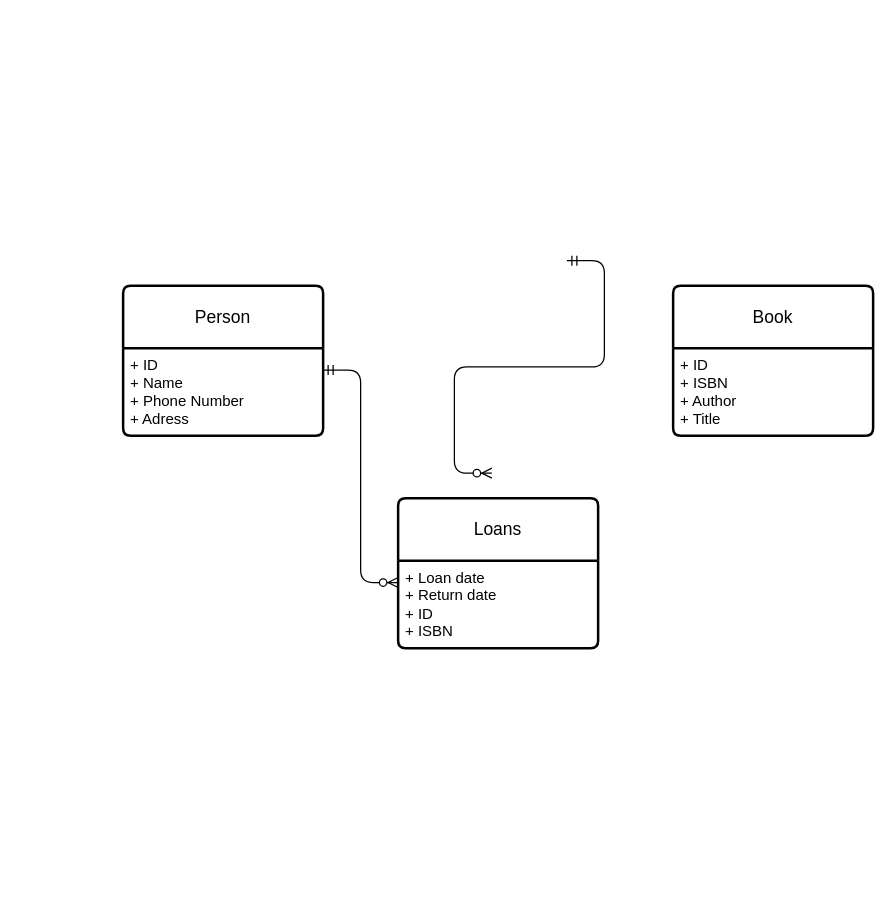
This is Untitled Diagram.drawio from LucasFernandezz/draw.io, a draw.io file, before an edit. Source tidied: cells renumbered, new cells numbered last; positions are measured from the earlier drawing's top-left corner, leaving out a move shared by most shapes. Both pictures are drawn from the tidied source at 125%, with x=0, y=0 at pixel (122, 260).
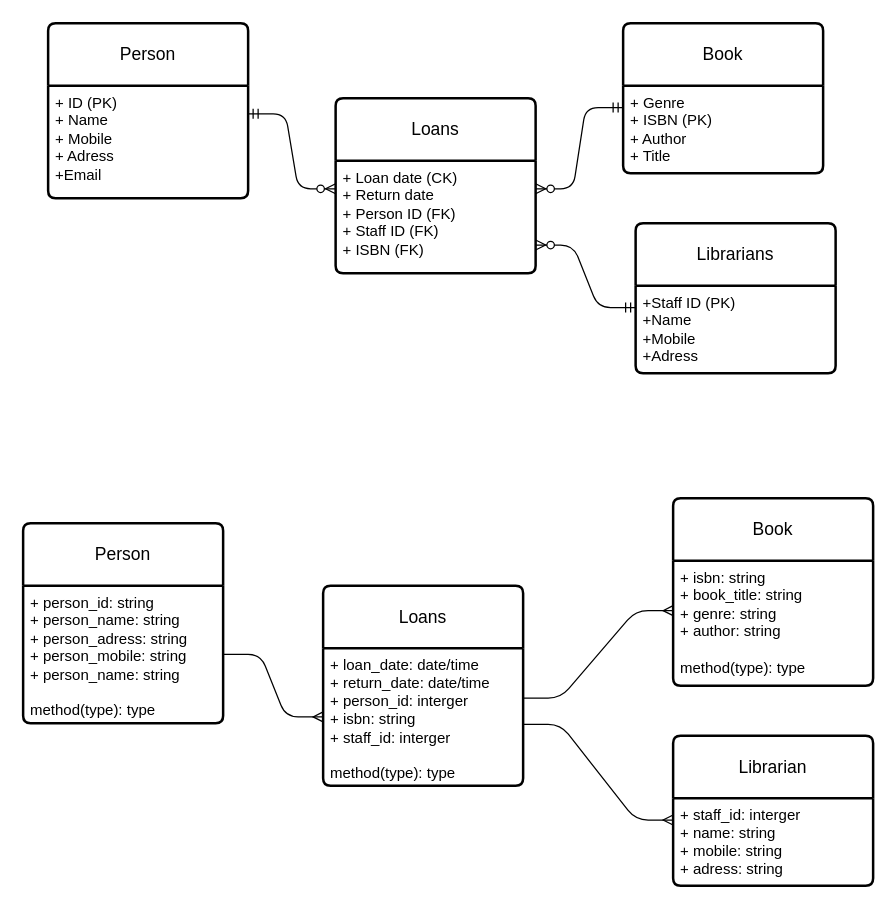
After the change.

The edit, as a diff of the source:
```diff
@@
     <mxCell id="2" value="Person" style="swimlane;horizontal=1;startSize=50;rounded=1;fontSize=14;fontStyle=0;strokeWidth=2;shadow=0;dashed=0;align=center;arcSize=4;whiteSpace=wrap;html=1;" parent="1" vertex="1">
-      <mxGeometry y="20" width="160" height="120" as="geometry" />
+      <mxGeometry x="-60" y="-190" width="160" height="140" as="geometry" />
     </mxCell>
-    <mxCell id="3" value="+ ID&lt;br&gt;+ Name&lt;br&gt;+ Phone Number&lt;div&gt;+ Adress&lt;/div&gt;" style="align=left;strokeColor=none;fillColor=none;spacingLeft=4;fontSize=12;verticalAlign=top;html=1;" parent="2" vertex="1">
-      <mxGeometry y="50" width="160" height="70" as="geometry" />
+    <mxCell id="3" value="+ ID (PK)&lt;br&gt;+ Name&lt;br&gt;+ Mobile&lt;div&gt;+ Adress&lt;/div&gt;&lt;div&gt;+Email&lt;/div&gt;" style="align=left;strokeColor=none;fillColor=none;spacingLeft=4;fontSize=12;verticalAlign=top;html=1;" parent="2" vertex="1">
+      <mxGeometry y="50" width="160" height="90" as="geometry" />
     </mxCell>
     <mxCell id="4" value="Book" style="swimlane;horizontal=1;startSize=50;rounded=1;fontSize=14;fontStyle=0;strokeWidth=2;shadow=0;dashed=0;align=center;arcSize=4;whiteSpace=wrap;html=1;" parent="1" vertex="1">
-      <mxGeometry x="440" y="20" width="160" height="120" as="geometry" />
+      <mxGeometry x="400" y="-190" width="160" height="120" as="geometry" />
     </mxCell>
-    <mxCell id="5" value="+ ID&lt;br&gt;+ ISBN&lt;br&gt;+ Author&lt;div&gt;+ Title&lt;/div&gt;" style="align=left;strokeColor=none;fillColor=none;spacingLeft=4;fontSize=12;verticalAlign=top;html=1;" parent="4" vertex="1">
+    <mxCell id="5" value="+ Genre&lt;br&gt;+ ISBN (PK)&lt;br&gt;+ Author&lt;div&gt;+ Title&lt;/div&gt;" style="align=left;strokeColor=none;fillColor=none;spacingLeft=4;fontSize=12;verticalAlign=top;html=1;" parent="4" vertex="1">
       <mxGeometry y="50" width="160" height="70" as="geometry" />
     </mxCell>
     <mxCell id="6" value="Loans" style="swimlane;horizontal=1;startSize=50;rounded=1;fontSize=14;fontStyle=0;strokeWidth=2;shadow=0;dashed=0;align=center;arcSize=4;whiteSpace=wrap;html=1;" parent="1" vertex="1">
-      <mxGeometry x="220" y="190" width="160" height="120" as="geometry" />
+      <mxGeometry x="170" y="-130" width="160" height="140" as="geometry" />
     </mxCell>
-    <mxCell id="7" value="+ Loan date&lt;br&gt;+ Return date&lt;br&gt;+ ID&lt;div&gt;+ ISBN&lt;/div&gt;" style="align=left;strokeColor=none;fillColor=none;spacingLeft=4;fontSize=12;verticalAlign=top;html=1;" parent="6" vertex="1">
-      <mxGeometry y="50" width="160" height="70" as="geometry" />
+    <mxCell id="7" value="+ Loan date (CK)&lt;br&gt;+ Return date&lt;br&gt;+ Person ID (FK)&lt;div&gt;+ Staff ID (FK)&lt;br&gt;&lt;div&gt;+ ISBN (FK)&lt;/div&gt;&lt;/div&gt;" style="align=left;strokeColor=none;fillColor=none;spacingLeft=4;fontSize=12;verticalAlign=top;html=1;" parent="6" vertex="1">
+      <mxGeometry y="50" width="160" height="90" as="geometry" />
     </mxCell>
@@
-    <mxCell id="9" style="edgeStyle=entityRelationEdgeStyle;fontSize=12;html=1;endArrow=ERzeroToMany;startArrow=ERmandOne;rounded=1;exitX=1;exitY=0.25;exitDx=0;exitDy=0;entryX=0;entryY=0.25;entryDx=0;entryDy=0;curved=0;" parent="1" edge="1">
-      <mxGeometry relative="1" as="geometry">
-        <mxPoint x="355" as="sourcePoint" />
-        <mxPoint x="295" y="170" as="targetPoint" />
-      </mxGeometry>
-    </mxCell>
+    <mxCell id="10" style="edgeStyle=entityRelationEdgeStyle;fontSize=12;html=1;endArrow=ERzeroToMany;startArrow=ERmandOne;rounded=1;exitX=0;exitY=0.25;exitDx=0;exitDy=0;entryX=1;entryY=0.25;entryDx=0;entryDy=0;curved=0;" parent="1" edge="1" source="5" target="7">
+      <mxGeometry relative="1" as="geometry" />
+    </mxCell>
+    <mxCell id="11" value="Librarians" style="swimlane;horizontal=1;startSize=50;rounded=1;fontSize=14;fontStyle=0;strokeWidth=2;shadow=0;dashed=0;align=center;arcSize=4;whiteSpace=wrap;html=1;" parent="1" vertex="1">
+      <mxGeometry x="410" y="-30" width="160" height="120" as="geometry" />
+    </mxCell>
+    <mxCell id="12" value="+Staff ID (PK)&lt;br&gt;+Name&lt;br&gt;+Mobile&lt;div&gt;+Adress&lt;/div&gt;" style="align=left;strokeColor=none;fillColor=none;spacingLeft=4;fontSize=12;verticalAlign=top;html=1;" parent="11" vertex="1">
+      <mxGeometry y="50" width="160" height="70" as="geometry" />
+    </mxCell>
+    <mxCell id="13" style="edgeStyle=entityRelationEdgeStyle;fontSize=12;html=1;endArrow=ERzeroToMany;startArrow=ERmandOne;rounded=1;exitX=0;exitY=0.25;exitDx=0;exitDy=0;entryX=1;entryY=0.75;entryDx=0;entryDy=0;curved=0;" parent="1" edge="1" source="12" target="7">
+      <mxGeometry relative="1" as="geometry" />
+    </mxCell>
+    <mxCell id="14" value="Person" style="swimlane;horizontal=1;startSize=50;rounded=1;fontSize=14;fontStyle=0;strokeWidth=2;shadow=0;dashed=0;align=center;arcSize=4;whiteSpace=wrap;html=1;" parent="1" vertex="1">
+      <mxGeometry x="-80" y="210" width="160" height="160" as="geometry" />
+    </mxCell>
+    <mxCell id="15" value="+ person_id: string&lt;div&gt;+ person_name: string&lt;/div&gt;&lt;div&gt;+ person_adress: string&lt;br&gt;&lt;/div&gt;+ person_mobile: string&lt;div&gt;+ person_name: string&lt;br&gt;&lt;/div&gt;&lt;div&gt;&lt;br&gt;&lt;/div&gt;&lt;div&gt;method(type): type&lt;/div&gt;" style="align=left;strokeColor=none;fillColor=none;spacingLeft=4;fontSize=12;verticalAlign=top;html=1;" parent="14" vertex="1">
+      <mxGeometry y="50" width="160" height="110" as="geometry" />
+    </mxCell>
+    <mxCell id="16" value="Loans" style="swimlane;horizontal=1;startSize=50;rounded=1;fontSize=14;fontStyle=0;strokeWidth=2;shadow=0;dashed=0;align=center;arcSize=4;whiteSpace=wrap;html=1;" parent="1" vertex="1">
+      <mxGeometry x="160" y="260" width="160" height="160" as="geometry" />
+    </mxCell>
+    <mxCell id="17" value="+ loan_date: date/time&lt;div&gt;+ return_date: date/time&lt;/div&gt;&lt;div&gt;+ person_id: interger&lt;/div&gt;&lt;div&gt;+ isbn: string&lt;/div&gt;&lt;div&gt;+ staff_id: interger&lt;/div&gt;&lt;div&gt;&lt;br&gt;&lt;/div&gt;&lt;div&gt;method(type): type&lt;br&gt;&lt;/div&gt;" style="align=left;strokeColor=none;fillColor=none;spacingLeft=4;fontSize=12;verticalAlign=top;html=1;" parent="16" vertex="1">
+      <mxGeometry y="50" width="160" height="110" as="geometry" />
+    </mxCell>
+    <mxCell id="18" value="Book" style="swimlane;horizontal=1;startSize=50;rounded=1;fontSize=14;fontStyle=0;strokeWidth=2;shadow=0;dashed=0;align=center;arcSize=4;whiteSpace=wrap;html=1;" parent="1" vertex="1">
+      <mxGeometry x="440" y="190" width="160" height="150" as="geometry" />
+    </mxCell>
+    <mxCell id="19" value="+ isbn: string&lt;div&gt;+ book_title: string&lt;/div&gt;&lt;div&gt;+ genre: string&lt;/div&gt;&lt;div&gt;+ author: string&lt;/div&gt;&lt;div&gt;&lt;br&gt;&lt;/div&gt;&lt;div&gt;&lt;span style=&quot;background-color: initial; color: rgb(0, 0, 0); --darkreader-inline-bgcolor: initial; --darkreader-inline-color: #e8e6e3;&quot;&gt;method(type): type&lt;/span&gt;&lt;br&gt;&lt;/div&gt;" style="align=left;strokeColor=none;fillColor=none;spacingLeft=4;fontSize=12;verticalAlign=top;html=1;" parent="18" vertex="1">
+      <mxGeometry y="50" width="160" height="100" as="geometry" />
+    </mxCell>
+    <mxCell id="20" value="Librarian" style="swimlane;horizontal=1;startSize=50;rounded=1;fontSize=14;fontStyle=0;strokeWidth=2;shadow=0;dashed=0;align=center;arcSize=4;whiteSpace=wrap;html=1;" parent="1" vertex="1">
+      <mxGeometry x="440" y="380" width="160" height="120" as="geometry" />
+    </mxCell>
+    <mxCell id="21" value="+ staff_id: interger&lt;div&gt;+ name: string&lt;/div&gt;&lt;div&gt;+ mobile: string&lt;/div&gt;&lt;div&gt;+ adress: string&lt;/div&gt;" style="align=left;strokeColor=none;fillColor=none;spacingLeft=4;fontSize=12;verticalAlign=top;html=1;" parent="20" vertex="1">
+      <mxGeometry y="50" width="160" height="70" as="geometry" />
+    </mxCell>
+    <mxCell id="22" style="edgeStyle=entityRelationEdgeStyle;fontSize=12;html=1;endArrow=ERmany;rounded=1;exitX=1;exitY=0.5;exitDx=0;exitDy=0;entryX=0;entryY=0.5;entryDx=0;entryDy=0;curved=0;" parent="1" edge="1" source="15" target="17">
+      <mxGeometry relative="1" as="geometry" />
+    </mxCell>
+    <mxCell id="23" style="edgeStyle=entityRelationEdgeStyle;fontSize=12;html=1;endArrow=ERmany;rounded=1;exitX=1;exitY=0.5;exitDx=0;exitDy=0;entryX=0;entryY=0.5;entryDx=0;entryDy=0;curved=0;" parent="1" edge="1">
+      <mxGeometry relative="1" as="geometry">
+        <mxPoint x="320" y="350" as="sourcePoint" />
+        <mxPoint x="440" y="280" as="targetPoint" />
+        <Array as="points">
+          <mxPoint x="370" y="405" />
+        </Array>
+      </mxGeometry>
+    </mxCell>
+    <mxCell id="24" style="edgeStyle=entityRelationEdgeStyle;fontSize=12;html=1;endArrow=ERmany;rounded=1;exitX=1;exitY=0.5;exitDx=0;exitDy=0;entryX=0;entryY=0.25;entryDx=0;entryDy=0;curved=0;" parent="1" edge="1" target="21">
+      <mxGeometry relative="1" as="geometry">
+        <mxPoint x="320" y="371" as="sourcePoint" />
+        <Array as="points">
+          <mxPoint x="370" y="426" />
+        </Array>
+      </mxGeometry>
+    </mxCell>
```
